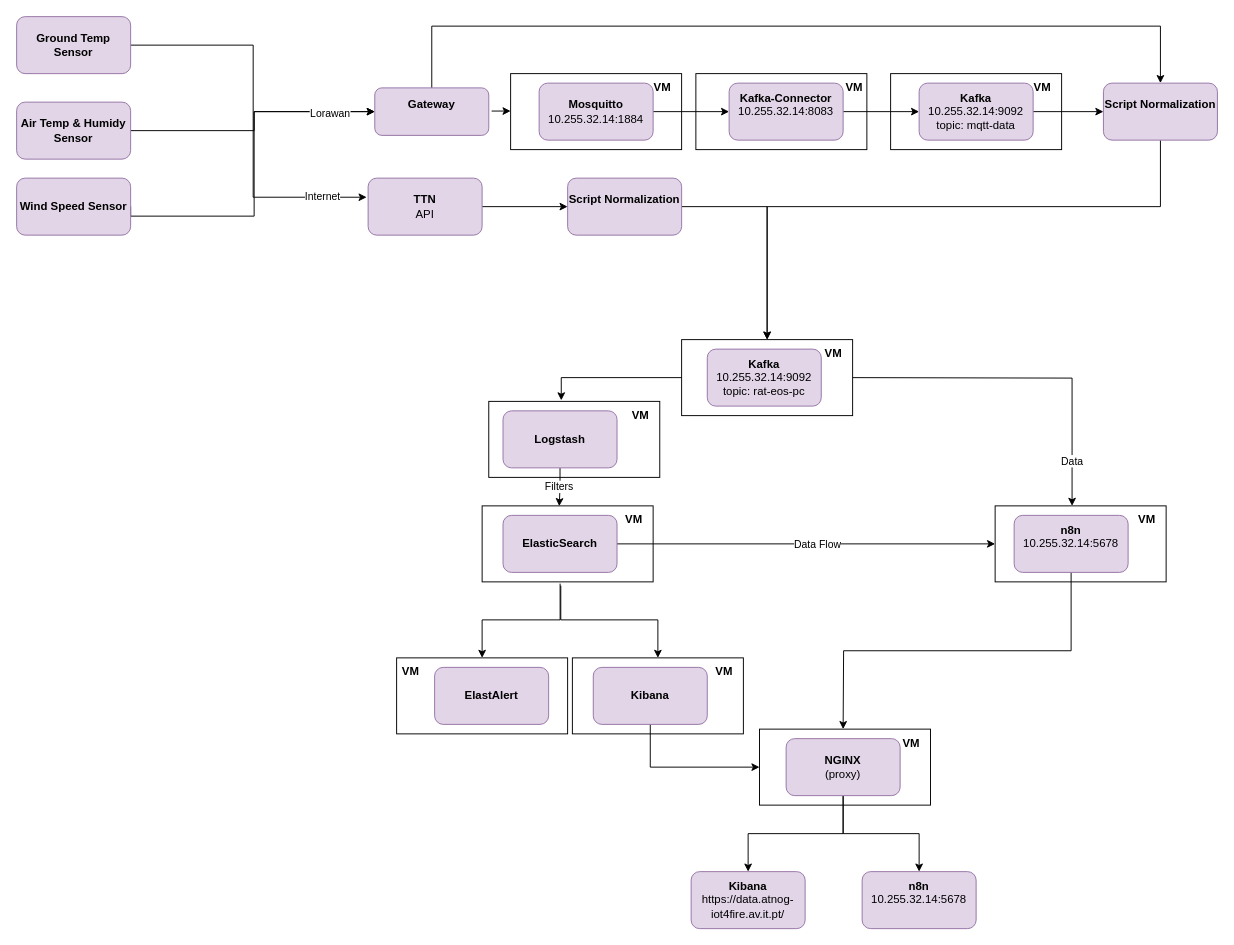
martaaoliveira/RAT_EOS_PC keeps this draw.io diagram as architecture/architecture.drawio. Above is the earlier version. Source tidied: cells renumbered, new cells numbered last; positions are measured from the earlier drawing's top-left corner, leaving out a move shared by most shapes. Both pictures are drawn from the tidied source at 95%, with x=0, y=0 at pixel (16, 16).
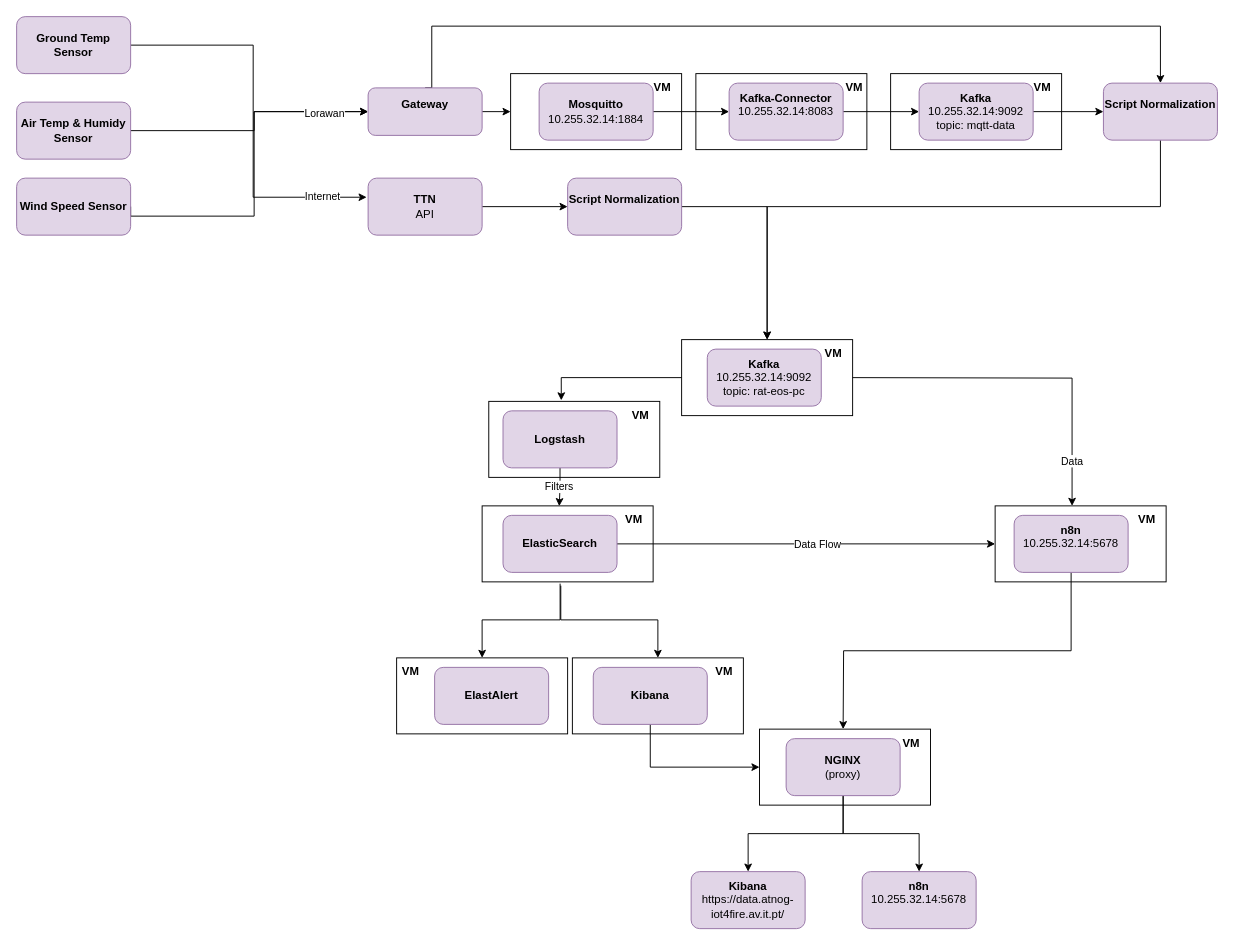
The same diagram, later.

What changed in the source:
```diff
@@
-    <mxCell id="27" style="edgeStyle=orthogonalEdgeStyle;rounded=0;orthogonalLoop=1;jettySize=auto;html=1;" parent="1" edge="1">
+    <mxCell id="27" style="edgeStyle=orthogonalEdgeStyle;rounded=0;jettySize=auto;html=1;exitX=1;exitY=0.5;exitDx=0;exitDy=0;" parent="1" edge="1" source="29">
       <mxGeometry relative="1" as="geometry">
-        <mxPoint x="500" y="99.4" as="sourcePoint" />
         <mxPoint x="520" y="99.4" as="targetPoint" />
       </mxGeometry>
     </mxCell>
@@
     <mxCell id="29" value="&lt;b&gt;Gateway&lt;/b&gt;&lt;br&gt;&lt;div&gt;&lt;br/&gt;&lt;/div&gt;" style="rounded=1;whiteSpace=wrap;html=1;fillColor=#e1d5e7;strokeColor=#9673a6;" parent="1" vertex="1">
-      <mxGeometry x="377" y="75" width="120" height="50" as="geometry" />
+      <mxGeometry x="370" y="75" width="120" height="50" as="geometry" />
     </mxCell>
```
